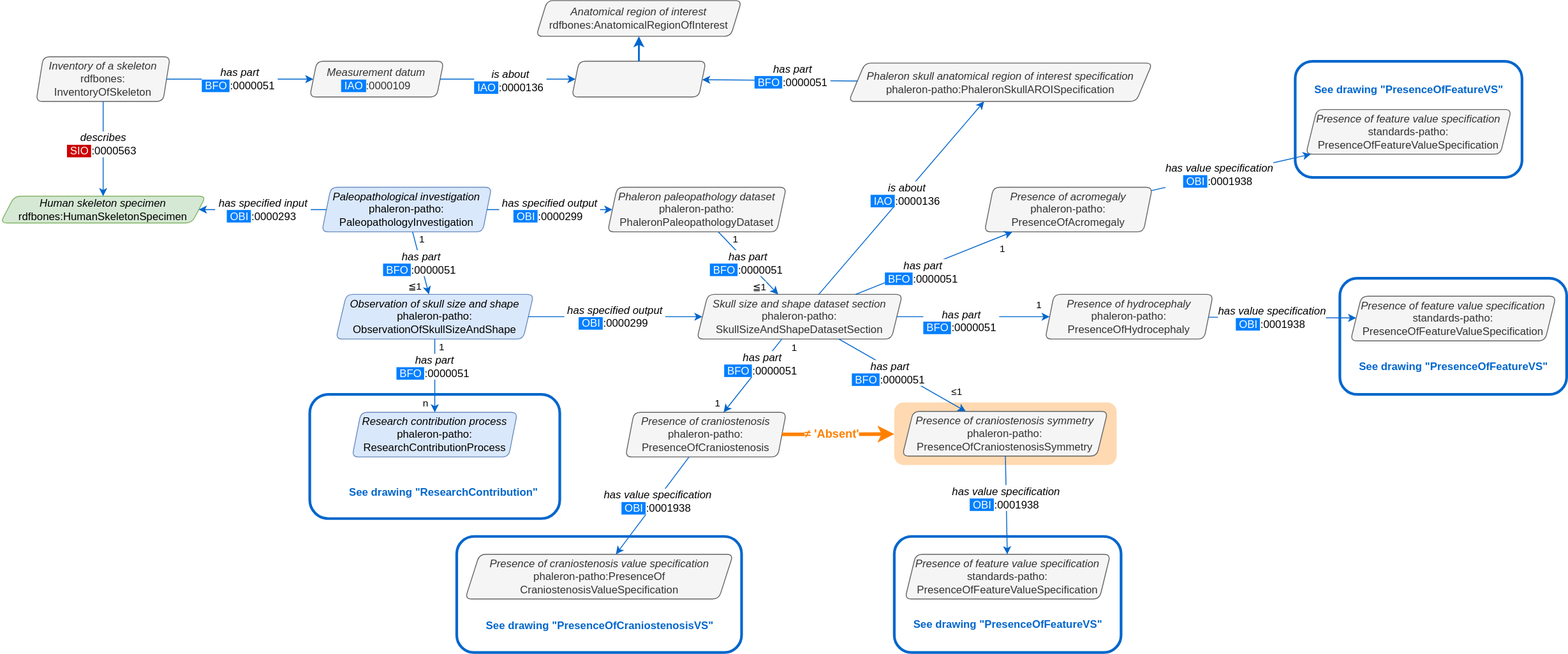
The draw.io diagram NetworkGraphics/OntologyExtensions/phaleron-patho/phaleron-patho_SizeAndShape_NetworkGraphics.svg in RDFBones/RDFBonesGraphics, before a commit. Source tidied: cells renumbered, new cells last; positions are measured from the earlier drawing's top-left corner, leaving out a move shared by most shapes.
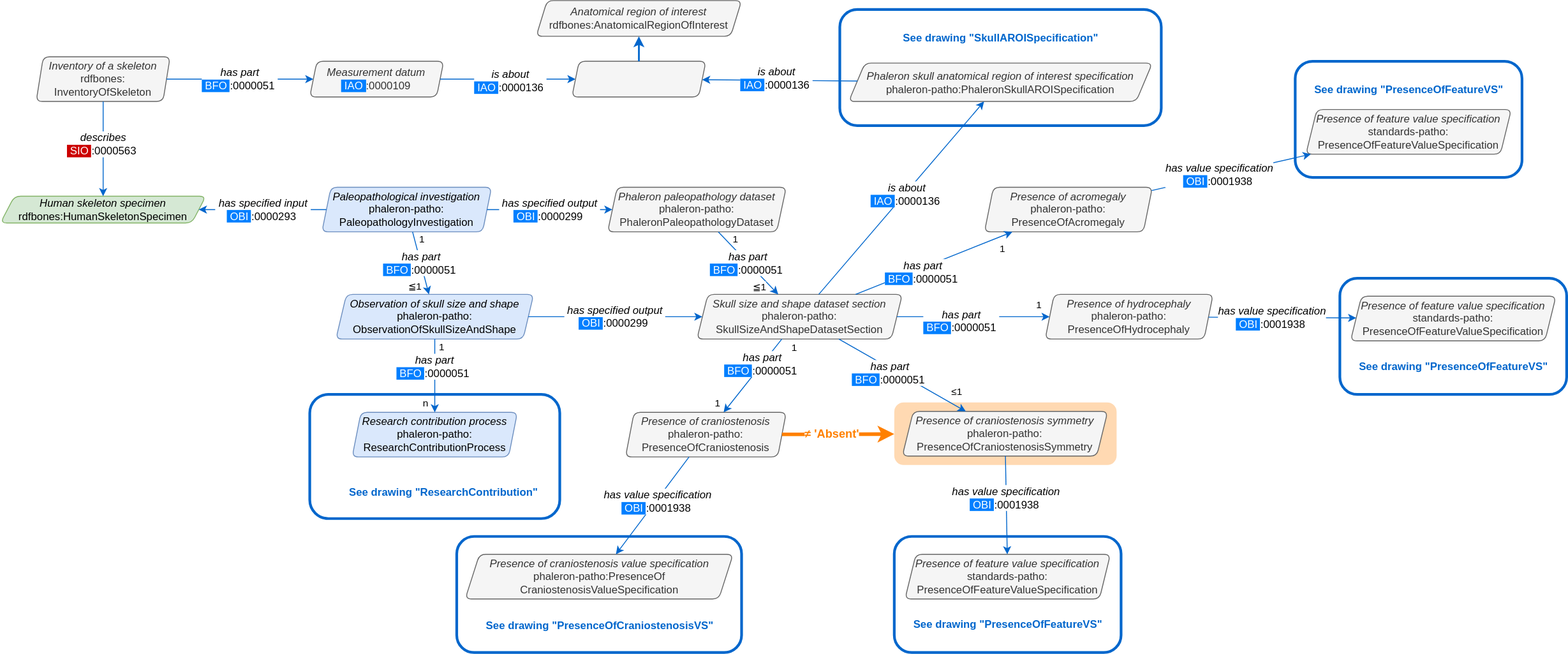
The same file after the commit.

The edit, as a diff of the source:
```diff
@@ -206,9 +206,6 @@
     <mxCell id="61" style="shape=parallelogram;perimeter=parallelogramPerimeter;whiteSpace=wrap;html=1;strokeColor=#666666;fontSize=12;align=center;size=0.05333333333333334;fillColor=#f5f5f5;rounded=1;comic=0;shadow=0;spacing=0;line-height:.8rem;arcSize=14;fontColor=#333333;" parent="1" vertex="1">
       <mxGeometry x="640" y="68" width="150" height="40" as="geometry" />
     </mxCell>
-    <mxCell id="62" value="&lt;font style=&quot;font-size: 12px&quot;&gt;&lt;span style=&quot;line-height: 120% ; font-size: 12px&quot;&gt;&lt;i style=&quot;font-size: 12px&quot;&gt;has part&lt;br style=&quot;font-size: 12px&quot;&gt;&lt;/i&gt;&lt;span style=&quot;color: rgb(255 , 255 , 255) ; text-align: left ; background-color: rgb(0 , 127 , 255)&quot;&gt;&amp;nbsp;BFO&amp;nbsp;&lt;/span&gt;:0000051&amp;nbsp;&lt;/span&gt;&lt;/font&gt;" style="rounded=0;html=1;jettySize=auto;strokeColor=#0066CC;fontSize=12;strokeWidth=1;arcSize=20;startArrow=none;" parent="1" edge="1" source="28" target="61">
-      <mxGeometry x="-0.16" y="-5" relative="1" as="geometry" />
-    </mxCell>
     <mxCell id="63" value="&lt;i&gt;Anatomical region of interest&lt;/i&gt;&lt;br&gt;rdfbones:AnatomicalRegionOfInterest" style="shape=parallelogram;perimeter=parallelogramPerimeter;whiteSpace=wrap;html=1;strokeColor=#666666;fontSize=12;align=center;size=0.05333333333333334;fillColor=#f5f5f5;rounded=1;comic=0;shadow=0;spacing=0;line-height:.8rem;arcSize=14;fontColor=#333333;" parent="1" vertex="1">
       <mxGeometry x="600" width="230" height="40" as="geometry" />
     </mxCell>
@@ -217,5 +214,14 @@
         <mxPoint x="1" as="offset" />
       </mxGeometry>
     </mxCell>
+    <mxCell id="62" value="&lt;font style=&quot;font-size: 12px&quot;&gt;&lt;span style=&quot;line-height: 120% ; font-size: 12px&quot;&gt;&lt;i style=&quot;font-size: 12px&quot;&gt;is about&lt;br style=&quot;font-size: 12px&quot;&gt;&lt;/i&gt;&lt;span style=&quot;color: rgb(255 , 255 , 255) ; text-align: left ; background-color: rgb(0 , 127 , 255)&quot;&gt;&amp;nbsp;IAO&amp;nbsp;&lt;/span&gt;:0000136&amp;nbsp;&lt;/span&gt;&lt;/font&gt;" style="rounded=0;html=1;jettySize=auto;strokeColor=#0066CC;fontSize=12;strokeWidth=1;arcSize=20;" parent="1" edge="1" source="28" target="61">
+      <mxGeometry x="0.05" y="-2" relative="1" as="geometry" />
+    </mxCell>
+    <mxCell id="65" style="rounded=1;whiteSpace=wrap;html=1;fillColor=none;strokeWidth=3;strokeColor=#0066CC;" parent="1" vertex="1">
+      <mxGeometry x="940" y="10" width="360" height="130" as="geometry" />
+    </mxCell>
+    <mxCell id="66" value="&lt;font color=&quot;#0066cc&quot;&gt;See drawing &quot;SkullAROISpecification&quot;&lt;/font&gt;" style="text;html=1;align=center;verticalAlign=top;spacingTop=-4;fontStyle=1;" parent="1" vertex="1">
+      <mxGeometry x="1010" y="32" width="220" height="20" as="geometry" />
+    </mxCell>
   </root>
 </mxGraphModel>
```
